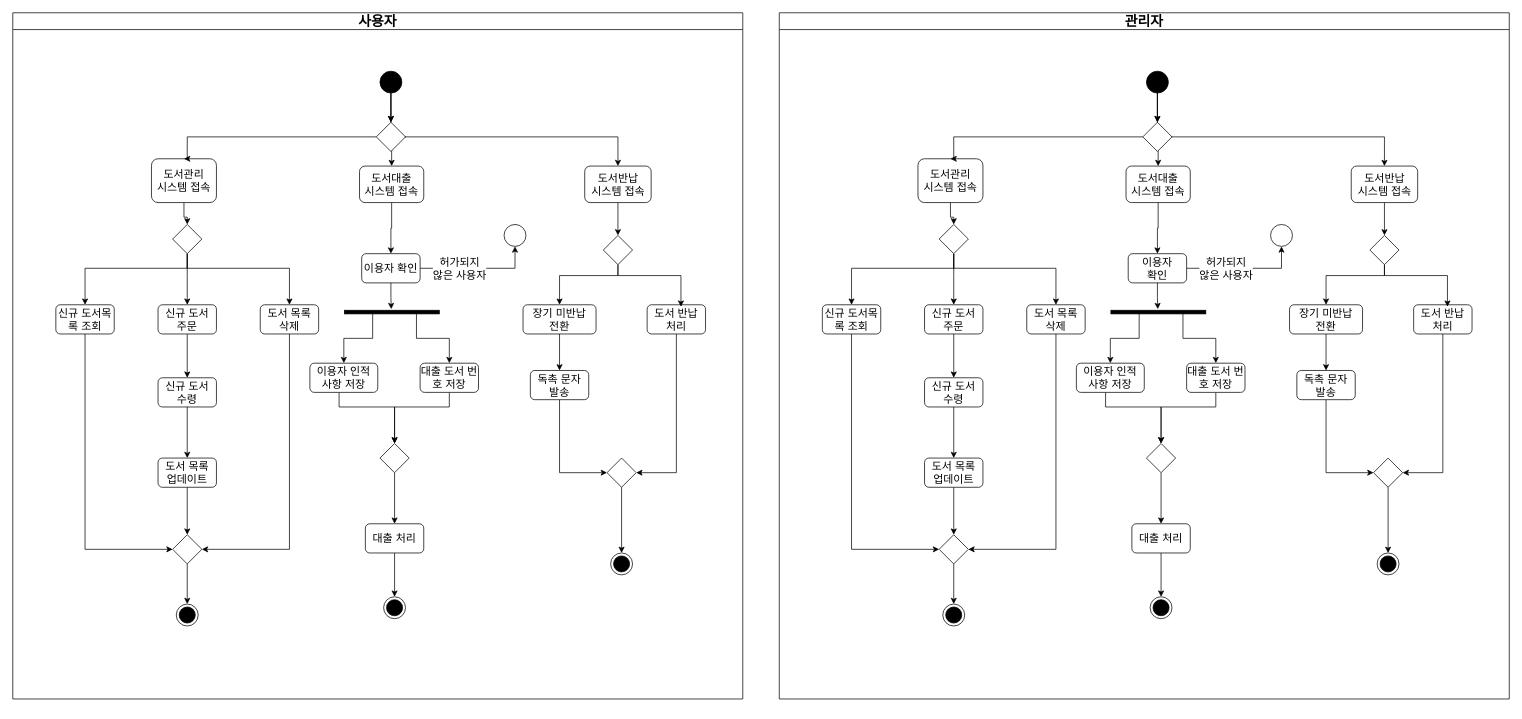
ChanY00/- keeps this draw.io diagram as 객체지향 설계.drawio. Above is the earlier version. Source tidied: cells renumbered, new cells numbered last; positions are measured from the earlier drawing's top-left corner, leaving out a move shared by most shapes. Both pictures are drawn from the tidied source at 73%, with x=0, y=0 at pixel (12, 12).
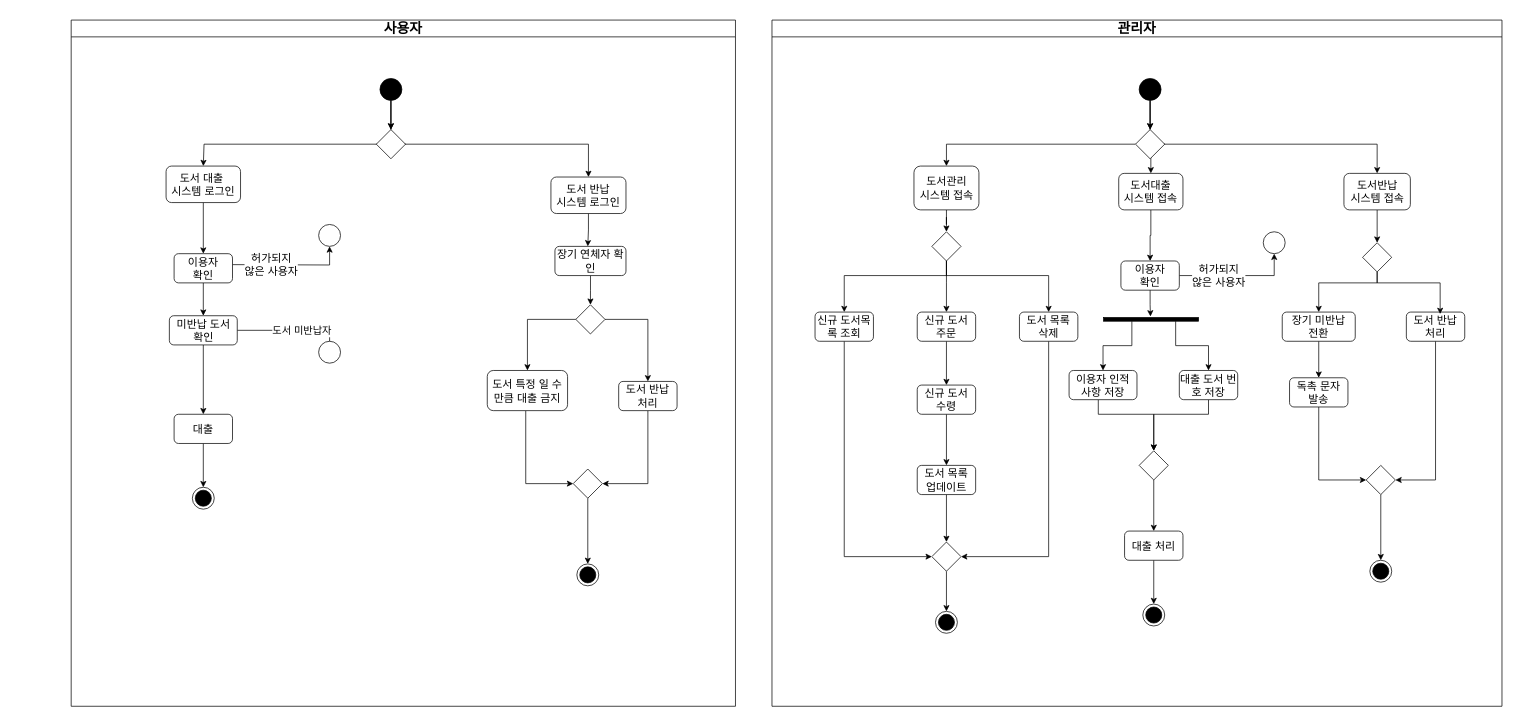
After the change.

Commit message (it also covers changes not shown here):
객체지향 설계.drawio 업데이트

The edit, as a diff of the source:
```diff
@@
     <mxCell id="2" value="&lt;font style=&quot;font-size: 19px;&quot;&gt;사용자&lt;/font&gt;" style="swimlane;whiteSpace=wrap;html=1;" parent="1" vertex="1">
-      <mxGeometry width="1000" height="940" as="geometry" />
+      <mxGeometry x="80" y="10" width="910" height="940" as="geometry" />
     </mxCell>
-    <mxCell id="3" style="edgeStyle=orthogonalEdgeStyle;rounded=0;jettySize=auto;html=1;fontSize=15;" parent="2" edge="1" source="4" target="21">
-      <mxGeometry relative="1" as="geometry" />
-    </mxCell>
-    <mxCell id="4" value="도서관리&lt;div style=&quot;font-size: 15px;&quot;&gt;시스템 접속&lt;/div&gt;" style="rounded=1;whiteSpace=wrap;html=1;fontSize=15;glass=0;strokeWidth=1;shadow=0;" parent="2" vertex="1">
-      <mxGeometry x="190" y="200" width="89" height="60" as="geometry" />
-    </mxCell>
-    <mxCell id="5" style="edgeStyle=orthogonalEdgeStyle;rounded=0;jettySize=auto;html=1;entryX=0.5;entryY=0;entryDx=0;entryDy=0;fontSize=15;" parent="2" edge="1" source="15" target="4">
-      <mxGeometry relative="1" as="geometry">
-        <Array as="points">
-          <mxPoint x="239" y="170" />
-        </Array>
-      </mxGeometry>
-    </mxCell>
     <mxCell id="6" style="edgeStyle=orthogonalEdgeStyle;rounded=0;jettySize=auto;html=1;entryX=0.5;entryY=0;entryDx=0;entryDy=0;fontSize=15;" parent="2" edge="1" source="8" target="10">
-      <mxGeometry relative="1" as="geometry" />
+      <mxGeometry relative="1" as="geometry">
+        <Array as="points">
+          <mxPoint x="438" y="170" />
+          <mxPoint x="182" y="170" />
+        </Array>
+      </mxGeometry>
     </mxCell>
     <mxCell id="7" style="edgeStyle=orthogonalEdgeStyle;rounded=0;jettySize=auto;html=1;fontSize=15;" parent="2" edge="1" target="12">
       <mxGeometry relative="1" as="geometry">
-        <mxPoint x="538" y="170" as="sourcePoint" />
+        <mxPoint x="458" y="170" as="sourcePoint" />
         <Array as="points">
-          <mxPoint x="518" y="170" />
-          <mxPoint x="773" y="170" />
+          <mxPoint x="438" y="170" />
+          <mxPoint x="693" y="170" />
         </Array>
       </mxGeometry>
     </mxCell>
     <mxCell id="8" style="ellipse;fillColor=strokeColor;html=1;" parent="2" vertex="1">
-      <mxGeometry x="503" y="80" width="30" height="30" as="geometry" />
+      <mxGeometry x="423" y="80" width="30" height="30" as="geometry" />
     </mxCell>
@@
-    <mxCell id="10" value="도서대출&lt;div style=&quot;font-size: 15px;&quot;&gt;시스템 접속&lt;/div&gt;" style="rounded=1;whiteSpace=wrap;html=1;fontSize=15;glass=0;strokeWidth=1;shadow=0;" parent="2" vertex="1">
-      <mxGeometry x="475" y="210" width="88" height="50" as="geometry" />
+    <mxCell id="10" value="도서 대출&amp;nbsp;&lt;div&gt;시스템 로그인&lt;/div&gt;" style="rounded=1;whiteSpace=wrap;html=1;fontSize=15;glass=0;strokeWidth=1;shadow=0;" parent="2" vertex="1">
+      <mxGeometry x="130" y="200" width="102" height="50" as="geometry" />
     </mxCell>
-    <mxCell id="11" style="edgeStyle=orthogonalEdgeStyle;rounded=0;jettySize=auto;html=1;entryX=0.5;entryY=0;entryDx=0;entryDy=0;fontSize=15;" parent="2" edge="1" source="12" target="53">
-      <mxGeometry relative="1" as="geometry" />
+    <mxCell id="11" style="edgeStyle=orthogonalEdgeStyle;rounded=0;jettySize=auto;html=1;entryX=0.5;entryY=0;entryDx=0;entryDy=0;fontSize=15;" parent="2" edge="1" source="12">
+      <mxGeometry relative="1" as="geometry">
+        <mxPoint x="707.7" y="310" as="targetPoint" />
+      </mxGeometry>
     </mxCell>
-    <mxCell id="12" value="도서반납&lt;div style=&quot;font-size: 15px;&quot;&gt;시스템 접속&lt;/div&gt;" style="rounded=1;whiteSpace=wrap;html=1;fontSize=15;glass=0;strokeWidth=1;shadow=0;" parent="2" vertex="1">
-      <mxGeometry x="783.5" y="210" width="91" height="50" as="geometry" />
+    <mxCell id="12" value="도서 반납&lt;div style=&quot;font-size: 15px;&quot;&gt;시스템 로그인&lt;/div&gt;" style="rounded=1;whiteSpace=wrap;html=1;fontSize=15;glass=0;strokeWidth=1;shadow=0;" parent="2" vertex="1">
+      <mxGeometry x="657.2" y="215" width="102.8" height="50" as="geometry" />
     </mxCell>
     <mxCell id="13" style="edgeStyle=orthogonalEdgeStyle;rounded=0;jettySize=auto;html=1;fontSize=15;" parent="2" edge="1" source="8">
       <mxGeometry relative="1" as="geometry">
-        <mxPoint x="518" y="150" as="targetPoint" />
+        <mxPoint x="438" y="150" as="targetPoint" />
       </mxGeometry>
     </mxCell>
     <mxCell id="14" style="edgeStyle=orthogonalEdgeStyle;rounded=0;jettySize=auto;html=1;fontSize=15;" parent="2" edge="1" source="8" target="15">
       <mxGeometry relative="1" as="geometry">
         <Array as="points">
-          <mxPoint x="518" y="170" />
+          <mxPoint x="438" y="170" />
         </Array>
       </mxGeometry>
     </mxCell>
     <mxCell id="15" style="rhombus;whiteSpace=wrap;html=1;fontSize=15;" parent="2" vertex="1">
-      <mxGeometry x="498" y="150" width="40" height="40" as="geometry" />
+      <mxGeometry x="418" y="150" width="40" height="40" as="geometry" />
     </mxCell>
-    <mxCell id="16" style="edgeStyle=orthogonalEdgeStyle;rounded=0;jettySize=auto;html=1;entryX=0;entryY=0.5;entryDx=0;entryDy=0;fontSize=15;" parent="2" edge="1" source="17" target="60">
-      <mxGeometry relative="1" as="geometry">
-        <Array as="points">
-          <mxPoint x="99" y="735" />
-        </Array>
-      </mxGeometry>
-    </mxCell>
-    <mxCell id="17" value="신규 도서목록 조회" style="rounded=1;whiteSpace=wrap;html=1;fontSize=15;glass=0;strokeWidth=1;shadow=0;" parent="2" vertex="1">
-      <mxGeometry x="59" y="400" width="80" height="40" as="geometry" />
-    </mxCell>
-    <mxCell id="18" style="edgeStyle=orthogonalEdgeStyle;rounded=0;jettySize=auto;html=1;entryX=0.5;entryY=0;entryDx=0;entryDy=0;fontSize=15;" parent="2" edge="1" source="21" target="17">
-      <mxGeometry relative="1" as="geometry">
-        <Array as="points">
-          <mxPoint x="239" y="350" />
-          <mxPoint x="99" y="350" />
-        </Array>
-      </mxGeometry>
-    </mxCell>
-    <mxCell id="19" style="edgeStyle=orthogonalEdgeStyle;rounded=0;jettySize=auto;html=1;fontSize=15;" parent="2" edge="1" source="21" target="23">
-      <mxGeometry relative="1" as="geometry">
-        <Array as="points">
-          <mxPoint x="239" y="360" />
-          <mxPoint x="239" y="360" />
-        </Array>
-      </mxGeometry>
-    </mxCell>
-    <mxCell id="20" style="edgeStyle=orthogonalEdgeStyle;rounded=0;jettySize=auto;html=1;entryX=0.5;entryY=0;entryDx=0;entryDy=0;fontSize=15;" parent="2" edge="1" source="21" target="27">
-      <mxGeometry relative="1" as="geometry">
-        <Array as="points">
-          <mxPoint x="239" y="350" />
-          <mxPoint x="379" y="350" />
-        </Array>
-      </mxGeometry>
-    </mxCell>
-    <mxCell id="21" style="rhombus;whiteSpace=wrap;html=1;fontSize=15;" parent="2" vertex="1">
-      <mxGeometry x="219" y="290" width="40" height="40" as="geometry" />
-    </mxCell>
-    <mxCell id="22" style="edgeStyle=orthogonalEdgeStyle;rounded=0;jettySize=auto;html=1;entryX=0.5;entryY=0;entryDx=0;entryDy=0;fontSize=15;" parent="2" edge="1" source="23" target="25">
-      <mxGeometry relative="1" as="geometry" />
-    </mxCell>
-    <mxCell id="23" value="신규 도서&lt;div style=&quot;font-size: 15px;&quot;&gt;주문&lt;/div&gt;" style="rounded=1;whiteSpace=wrap;html=1;fontSize=15;glass=0;strokeWidth=1;shadow=0;" parent="2" vertex="1">
-      <mxGeometry x="199" y="400" width="80" height="40" as="geometry" />
-    </mxCell>
-    <mxCell id="24" style="edgeStyle=orthogonalEdgeStyle;rounded=0;jettySize=auto;html=1;fontSize=15;" parent="2" edge="1" source="25" target="45">
-      <mxGeometry relative="1" as="geometry" />
-    </mxCell>
-    <mxCell id="25" value="신규 도서&lt;div style=&quot;font-size: 15px;&quot;&gt;수령&lt;/div&gt;" style="rounded=1;whiteSpace=wrap;html=1;fontSize=15;glass=0;strokeWidth=1;shadow=0;" parent="2" vertex="1">
-      <mxGeometry x="199" y="500" width="80" height="40" as="geometry" />
-    </mxCell>
-    <mxCell id="26" style="edgeStyle=orthogonalEdgeStyle;rounded=0;jettySize=auto;html=1;entryX=1;entryY=0.5;entryDx=0;entryDy=0;fontSize=15;" parent="2" edge="1" source="27" target="60">
-      <mxGeometry relative="1" as="geometry">
-        <Array as="points">
-          <mxPoint x="379" y="735" />
-        </Array>
-      </mxGeometry>
-    </mxCell>
-    <mxCell id="27" value="도서 목록&lt;div style=&quot;font-size: 15px;&quot;&gt;삭제&lt;/div&gt;" style="rounded=1;whiteSpace=wrap;html=1;fontSize=15;glass=0;strokeWidth=1;shadow=0;" parent="2" vertex="1">
-      <mxGeometry x="339" y="400" width="80" height="40" as="geometry" />
-    </mxCell>
-    <mxCell id="28" style="edgeStyle=orthogonalEdgeStyle;rounded=0;jettySize=auto;html=1;entryX=0.5;entryY=1;entryDx=0;entryDy=0;fontSize=15;" parent="2" edge="1" source="30" target="58">
-      <mxGeometry relative="1" as="geometry" />
+    <mxCell id="28" style="edgeStyle=orthogonalEdgeStyle;rounded=0;jettySize=auto;html=1;entryX=0.5;entryY=1;entryDx=0;entryDy=0;fontSize=15;" parent="2" edge="1" target="58">
+      <mxGeometry relative="1" as="geometry">
+        <mxPoint x="221" y="335" as="sourcePoint" />
+      </mxGeometry>
     </mxCell>
@@
+    <mxCell id="124" style="edgeStyle=orthogonalEdgeStyle;rounded=0;jettySize=auto;html=1;entryX=0.5;entryY=0;entryDx=0;entryDy=0;" parent="2" edge="1" source="30" target="32">
+      <mxGeometry relative="1" as="geometry" />
+    </mxCell>
-    <mxCell id="30" value="이용자 확인" style="rounded=1;whiteSpace=wrap;html=1;fontSize=15;glass=0;strokeWidth=1;shadow=0;" parent="2" vertex="1">
-      <mxGeometry x="478" y="330" width="80" height="40" as="geometry" />
+    <mxCell id="30" value="이용자&lt;div&gt;확인&lt;/div&gt;" style="rounded=1;whiteSpace=wrap;html=1;fontSize=15;glass=0;strokeWidth=1;shadow=0;" parent="2" vertex="1">
+      <mxGeometry x="141" y="320" width="80" height="40" as="geometry" />
     </mxCell>
-    <mxCell id="31" style="edgeStyle=orthogonalEdgeStyle;rounded=0;jettySize=auto;html=1;fontSize=15;" parent="2" edge="1" source="32" target="50">
-      <mxGeometry relative="1" as="geometry">
-        <Array as="points">
-          <mxPoint x="447" y="540" />
-          <mxPoint x="523" y="540" />
-        </Array>
-      </mxGeometry>
-    </mxCell>
+    <mxCell id="125" style="edgeStyle=orthogonalEdgeStyle;rounded=0;jettySize=auto;html=1;entryX=0;entryY=0.5;entryDx=0;entryDy=0;" parent="2" edge="1" source="32" target="128">
+      <mxGeometry relative="1" as="geometry">
+        <Array as="points">
+          <mxPoint x="354" y="425" />
+          <mxPoint x="354" y="455" />
+        </Array>
+      </mxGeometry>
+    </mxCell>
+    <mxCell id="126" value="&lt;font style=&quot;font-size: 14px;&quot;&gt;도서 미반납자&lt;/font&gt;" style="edgeLabel;html=1;align=center;verticalAlign=middle;" parent="125" vertex="1">
+      <mxGeometry x="0.03" y="-1" relative="1" as="geometry">
+        <mxPoint y="-1" as="offset" />
+      </mxGeometry>
+    </mxCell>
+    <mxCell id="127" style="edgeStyle=orthogonalEdgeStyle;rounded=0;jettySize=auto;html=1;" parent="2" edge="1" source="32" target="36">
+      <mxGeometry relative="1" as="geometry" />
+    </mxCell>
-    <mxCell id="32" value="이용자 인적 사항 저장" style="rounded=1;whiteSpace=wrap;html=1;fontSize=15;glass=0;strokeWidth=1;shadow=0;" parent="2" vertex="1">
-      <mxGeometry x="407" y="480" width="93" height="40" as="geometry" />
+    <mxCell id="32" value="미반납 도서 확인" style="rounded=1;whiteSpace=wrap;html=1;fontSize=15;glass=0;strokeWidth=1;shadow=0;" parent="2" vertex="1">
+      <mxGeometry x="134.5" y="405" width="93" height="40" as="geometry" />
     </mxCell>
-    <mxCell id="33" style="edgeStyle=orthogonalEdgeStyle;rounded=0;jettySize=auto;html=1;entryX=0.5;entryY=0;entryDx=0;entryDy=0;fontSize=15;" parent="2" edge="1" source="34" target="50">
-      <mxGeometry relative="1" as="geometry">
-        <Array as="points">
-          <mxPoint x="598" y="540" />
-          <mxPoint x="523" y="540" />
-        </Array>
-      </mxGeometry>
-    </mxCell>
-    <mxCell id="34" value="대출 도서 번호 저장" style="rounded=1;whiteSpace=wrap;html=1;fontSize=15;glass=0;strokeWidth=1;shadow=0;" parent="2" vertex="1">
-      <mxGeometry x="558" y="480" width="80" height="40" as="geometry" />
-    </mxCell>
@@
-    <mxCell id="36" value="대출 처리" style="rounded=1;whiteSpace=wrap;html=1;fontSize=15;glass=0;strokeWidth=1;shadow=0;" parent="2" vertex="1">
-      <mxGeometry x="483" y="700" width="80" height="40" as="geometry" />
+    <mxCell id="36" value="대출" style="rounded=1;whiteSpace=wrap;html=1;fontSize=15;glass=0;strokeWidth=1;shadow=0;" parent="2" vertex="1">
+      <mxGeometry x="141" y="540" width="80" height="40" as="geometry" />
     </mxCell>
-    <mxCell id="37" style="edgeStyle=orthogonalEdgeStyle;rounded=0;jettySize=auto;html=1;fontSize=15;" parent="2" edge="1" source="38" target="62">
+    <mxCell id="37" style="edgeStyle=orthogonalEdgeStyle;rounded=0;jettySize=auto;html=1;entryX=1;entryY=0.5;entryDx=0;entryDy=0;" parent="2" edge="1" source="38" target="62">
       <mxGeometry relative="1" as="geometry">
         <Array as="points">
-          <mxPoint x="909" y="630" />
+          <mxPoint x="790" y="635" />
         </Array>
       </mxGeometry>
     </mxCell>
     <mxCell id="38" value="도서 반납&lt;div style=&quot;font-size: 15px;&quot;&gt;처리&lt;/div&gt;" style="rounded=1;whiteSpace=wrap;html=1;fontSize=15;glass=0;strokeWidth=1;shadow=0;" parent="2" vertex="1">
-      <mxGeometry x="869" y="400" width="80" height="40" as="geometry" />
+      <mxGeometry x="750" y="495" width="80" height="40" as="geometry" />
     </mxCell>
-    <mxCell id="39" style="edgeStyle=orthogonalEdgeStyle;rounded=0;jettySize=auto;html=1;entryX=0.5;entryY=0;entryDx=0;entryDy=0;fontSize=15;" parent="2" edge="1" source="40" target="42">
-      <mxGeometry relative="1" as="geometry" />
-    </mxCell>
-    <mxCell id="40" value="장기 미반납&lt;div style=&quot;font-size: 15px;&quot;&gt;전환&lt;/div&gt;" style="rounded=1;whiteSpace=wrap;html=1;fontSize=15;glass=0;strokeWidth=1;shadow=0;" parent="2" vertex="1">
-      <mxGeometry x="699" y="400" width="100" height="40" as="geometry" />
-    </mxCell>
     <mxCell id="41" style="edgeStyle=orthogonalEdgeStyle;rounded=0;jettySize=auto;html=1;fontSize=15;" parent="2" edge="1" source="42" target="62">
       <mxGeometry relative="1" as="geometry">
         <Array as="points">
-          <mxPoint x="749" y="630" />
+          <mxPoint x="622.7" y="635" />
         </Array>
       </mxGeometry>
     </mxCell>
-    <mxCell id="42" value="독촉 문자&lt;div style=&quot;font-size: 15px;&quot;&gt;발송&lt;/div&gt;" style="rounded=1;whiteSpace=wrap;html=1;fontSize=15;glass=0;strokeWidth=1;shadow=0;" parent="2" vertex="1">
-      <mxGeometry x="709" y="490" width="80" height="40" as="geometry" />
+    <mxCell id="42" value="&lt;div style=&quot;font-size: 15px;&quot;&gt;도서 특정 일 수 만큼 대출 금지&lt;/div&gt;" style="rounded=1;whiteSpace=wrap;html=1;fontSize=15;glass=0;strokeWidth=1;shadow=0;" parent="2" vertex="1">
+      <mxGeometry x="570" y="480" width="110" height="55" as="geometry" />
     </mxCell>
-    <mxCell id="43" style="edgeStyle=orthogonalEdgeStyle;rounded=0;orthogonalLoop=1;jettySize=auto;html=1;exitX=0.5;exitY=1;exitDx=0;exitDy=0;fontSize=15;" parent="2" edge="1" source="25" target="25">
-      <mxGeometry relative="1" as="geometry" />
-    </mxCell>
-    <mxCell id="44" style="edgeStyle=orthogonalEdgeStyle;rounded=0;jettySize=auto;html=1;entryX=0.5;entryY=0;entryDx=0;entryDy=0;fontSize=15;" parent="2" edge="1" source="45" target="60">
-      <mxGeometry relative="1" as="geometry" />
-    </mxCell>
-    <mxCell id="45" value="도서&amp;nbsp;&lt;span style=&quot;background-color: initial; font-size: 15px;&quot;&gt;목록&lt;/span&gt;&lt;div style=&quot;font-size: 15px;&quot;&gt;&lt;span style=&quot;background-color: initial; font-size: 15px;&quot;&gt;업데이트&lt;/span&gt;&lt;/div&gt;" style="rounded=1;whiteSpace=wrap;html=1;fontSize=15;glass=0;strokeWidth=1;shadow=0;" parent="2" vertex="1">
-      <mxGeometry x="199" y="610" width="80" height="40" as="geometry" />
-    </mxCell>
-    <mxCell id="46" style="edgeStyle=orthogonalEdgeStyle;rounded=0;jettySize=auto;html=1;entryX=0.5;entryY=0;entryDx=0;entryDy=0;fontSize=15;" parent="2" edge="1" source="48" target="32">
-      <mxGeometry relative="1" as="geometry">
-        <Array as="points">
-          <mxPoint x="493" y="446" />
-          <mxPoint x="447" y="446" />
-        </Array>
-      </mxGeometry>
-    </mxCell>
-    <mxCell id="47" style="edgeStyle=orthogonalEdgeStyle;rounded=0;jettySize=auto;html=1;fontSize=15;" parent="2" edge="1" source="48" target="34">
-      <mxGeometry relative="1" as="geometry">
-        <Array as="points">
-          <mxPoint x="553" y="446" />
-          <mxPoint x="598" y="446" />
-        </Array>
-      </mxGeometry>
-    </mxCell>
-    <mxCell id="48" style="html=1;points=[];perimeter=orthogonalPerimeter;fillColor=strokeColor;rotation=90;fontSize=15;" parent="2" vertex="1">
-      <mxGeometry x="516.8" y="345" width="5" height="130" as="geometry" />
-    </mxCell>
-    <mxCell id="49" style="edgeStyle=orthogonalEdgeStyle;rounded=0;jettySize=auto;html=1;entryX=0.5;entryY=0;entryDx=0;entryDy=0;fontSize=15;" parent="2" edge="1" source="50" target="36">
-      <mxGeometry relative="1" as="geometry" />
-    </mxCell>
-    <mxCell id="50" style="rhombus;whiteSpace=wrap;html=1;fontSize=15;" parent="2" vertex="1">
-      <mxGeometry x="503" y="590" width="40" height="40" as="geometry" />
-    </mxCell>
-    <mxCell id="51" style="edgeStyle=orthogonalEdgeStyle;rounded=0;jettySize=auto;html=1;entryX=-0.3;entryY=0.506;entryDx=0;entryDy=0;entryPerimeter=0;fontSize=15;" parent="2" edge="1" source="30" target="48">
-      <mxGeometry relative="1" as="geometry" />
-    </mxCell>
-    <mxCell id="52" style="edgeStyle=orthogonalEdgeStyle;rounded=0;jettySize=auto;html=1;entryX=0.5;entryY=0;entryDx=0;entryDy=0;fontSize=15;" parent="2" edge="1" source="53" target="40">
-      <mxGeometry relative="1" as="geometry">
-        <Array as="points">
-          <mxPoint x="829" y="360" />
-          <mxPoint x="749" y="360" />
-        </Array>
-      </mxGeometry>
-    </mxCell>
-    <mxCell id="53" style="rhombus;whiteSpace=wrap;html=1;fontSize=15;" parent="2" vertex="1">
-      <mxGeometry x="809" y="305" width="40" height="40" as="geometry" />
-    </mxCell>
-    <mxCell id="54" style="edgeStyle=orthogonalEdgeStyle;rounded=0;jettySize=auto;html=1;entryX=0.579;entryY=0.067;entryDx=0;entryDy=0;entryPerimeter=0;fontSize=15;" parent="2" edge="1" source="53" target="38">
-      <mxGeometry relative="1" as="geometry">
-        <Array as="points">
-          <mxPoint x="829" y="360" />
-          <mxPoint x="915" y="360" />
-        </Array>
-      </mxGeometry>
-    </mxCell>
-    <mxCell id="55" style="ellipse;html=1;shape=endState;fillColor=strokeColor;fontSize=15;" parent="2" vertex="1">
-      <mxGeometry x="224" y="810" width="30" height="30" as="geometry" />
-    </mxCell>
     <mxCell id="56" style="ellipse;html=1;shape=endState;fillColor=strokeColor;fontSize=15;" parent="2" vertex="1">
-      <mxGeometry x="819" y="740" width="30" height="30" as="geometry" />
+      <mxGeometry x="692.7" y="745" width="30" height="30" as="geometry" />
     </mxCell>
     <mxCell id="57" style="ellipse;html=1;shape=endState;fillColor=strokeColor;fontSize=15;" parent="2" vertex="1">
-      <mxGeometry x="508" y="800" width="30" height="30" as="geometry" />
+      <mxGeometry x="166" y="640" width="30" height="30" as="geometry" />
     </mxCell>
     <mxCell id="58" style="ellipse;fontSize=15;" parent="2" vertex="1">
-      <mxGeometry x="673" y="290" width="30" height="30" as="geometry" />
+      <mxGeometry x="339" y="280" width="30" height="30" as="geometry" />
     </mxCell>
-    <mxCell id="59" style="edgeStyle=orthogonalEdgeStyle;rounded=0;jettySize=auto;html=1;entryX=0.5;entryY=0;entryDx=0;entryDy=0;fontSize=15;" parent="2" edge="1" source="60" target="55">
-      <mxGeometry relative="1" as="geometry" />
-    </mxCell>
-    <mxCell id="60" style="rhombus;whiteSpace=wrap;html=1;fontSize=15;" parent="2" vertex="1">
-      <mxGeometry x="219" y="715" width="40" height="40" as="geometry" />
-    </mxCell>
@@
     <mxCell id="62" style="rhombus;whiteSpace=wrap;html=1;fontSize=15;" parent="2" vertex="1">
-      <mxGeometry x="814" y="610" width="40" height="40" as="geometry" />
+      <mxGeometry x="687.7" y="615" width="40" height="40" as="geometry" />
     </mxCell>
+    <mxCell id="128" style="ellipse;fontSize=15;" parent="2" vertex="1">
+      <mxGeometry x="339" y="440" width="30" height="30" as="geometry" />
+    </mxCell>
+    <mxCell id="129" style="edgeStyle=orthogonalEdgeStyle;rounded=0;jettySize=auto;html=1;entryX=0.5;entryY=0;entryDx=0;entryDy=0;" parent="2" edge="1" source="130" target="133">
+      <mxGeometry relative="1" as="geometry" />
+    </mxCell>
+    <mxCell id="130" value="장기 연체자 확인" style="rounded=1;whiteSpace=wrap;html=1;fontSize=15;glass=0;strokeWidth=1;shadow=0;" parent="2" vertex="1">
+      <mxGeometry x="662.7" y="310" width="97.3" height="40" as="geometry" />
+    </mxCell>
+    <mxCell id="131" style="edgeStyle=orthogonalEdgeStyle;rounded=0;jettySize=auto;html=1;entryX=0.5;entryY=0;entryDx=0;entryDy=0;" parent="2" edge="1" source="133" target="42">
+      <mxGeometry relative="1" as="geometry" />
+    </mxCell>
+    <mxCell id="132" style="edgeStyle=orthogonalEdgeStyle;rounded=0;jettySize=auto;html=1;" parent="2" edge="1" source="133" target="38">
+      <mxGeometry relative="1" as="geometry" />
+    </mxCell>
+    <mxCell id="133" style="rhombus;whiteSpace=wrap;html=1;fontSize=15;" parent="2" vertex="1">
+      <mxGeometry x="691.3" y="390" width="40" height="40" as="geometry" />
+    </mxCell>
     <mxCell id="63" value="&lt;font style=&quot;font-size: 19px;&quot;&gt;관리자&lt;/font&gt;" style="swimlane;whiteSpace=wrap;html=1;" parent="1" vertex="1">
-      <mxGeometry x="1050" width="1000" height="940" as="geometry" />
+      <mxGeometry x="1040" y="10" width="1000" height="940" as="geometry" />
     </mxCell>
@@
     <mxCell id="65" value="도서관리&lt;div style=&quot;font-size: 15px;&quot;&gt;시스템 접속&lt;/div&gt;" style="rounded=1;whiteSpace=wrap;html=1;fontSize=15;glass=0;strokeWidth=1;shadow=0;" parent="63" vertex="1">
-      <mxGeometry x="190" y="200" width="89" height="60" as="geometry" />
+      <mxGeometry x="194.5" y="200" width="89" height="60" as="geometry" />
     </mxCell>
```
